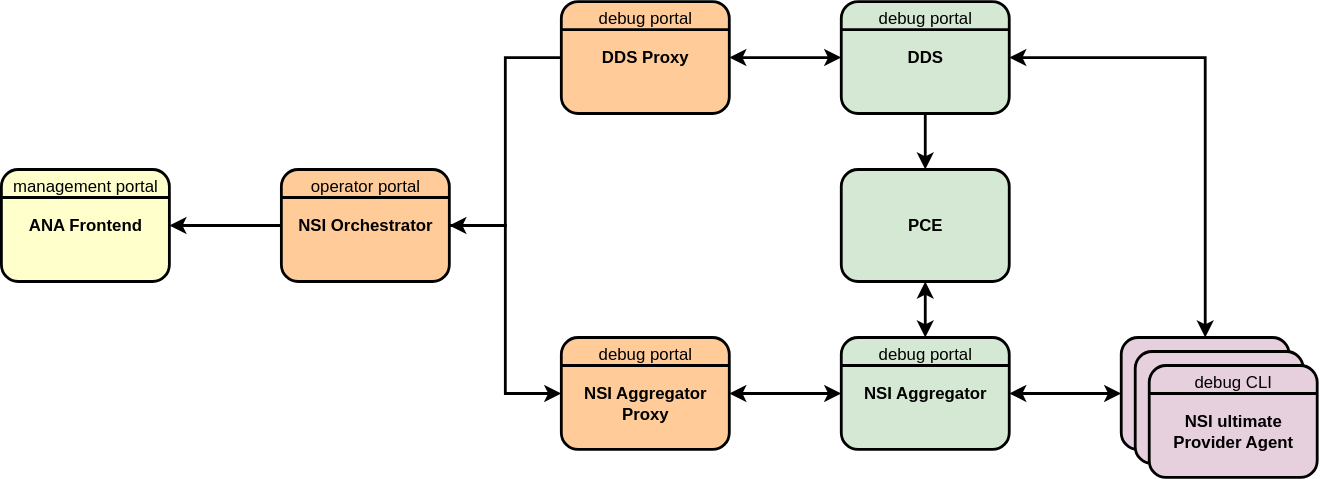
This is artwork/ana-automation-stack.drawio.svg from workfloworchestrator/nsi-dds-proxy, a draw.io export, as it was before one commit. Source tidied: cells renumbered, new cells last; positions are measured from the earlier drawing's top-left corner, leaving out a move shared by most shapes. Source of this version:
```xml
<mxGraphModel>
  <root>
    <mxCell id="0" />
    <mxCell id="1" parent="0" />
    <mxCell id="2" style="edgeStyle=orthogonalEdgeStyle;rounded=0;jettySize=auto;html=1;entryX=0;entryY=0.5;entryDx=0;entryDy=0;endArrow=none;endFill=0;strokeWidth=2;" parent="1" edge="1" source="5" target="7">
      <mxGeometry relative="1" as="geometry" />
    </mxCell>
    <mxCell id="3" style="edgeStyle=orthogonalEdgeStyle;rounded=0;jettySize=auto;html=1;entryX=0;entryY=0.5;entryDx=0;entryDy=0;startArrow=classic;startFill=1;strokeWidth=2;" parent="1" edge="1" source="5" target="9">
      <mxGeometry relative="1" as="geometry" />
    </mxCell>
    <mxCell id="4" style="edgeStyle=orthogonalEdgeStyle;rounded=0;jettySize=auto;html=1;exitX=0;exitY=0.5;exitDx=0;exitDy=0;entryX=1;entryY=0.5;entryDx=0;entryDy=0;strokeWidth=2;" parent="1" edge="1" source="5" target="26">
      <mxGeometry relative="1" as="geometry" />
    </mxCell>
    <mxCell id="5" value="&lt;div&gt;operator portal&lt;/div&gt;&lt;div&gt;&lt;br&gt;&lt;/div&gt;&lt;b&gt;NSI Orchestrator&lt;/b&gt;&lt;div&gt;&lt;br&gt;&lt;/div&gt;&lt;div&gt;&lt;br&gt;&lt;/div&gt;" style="rounded=1;whiteSpace=wrap;html=1;fillColor=#FFCC99;strokeColor=#000000;strokeWidth=2;" parent="1" vertex="1">
      <mxGeometry x="200" y="120" width="120" height="80" as="geometry" />
    </mxCell>
    <mxCell id="6" style="edgeStyle=orthogonalEdgeStyle;rounded=0;jettySize=auto;html=1;entryX=0;entryY=0.5;entryDx=0;entryDy=0;startArrow=classic;startFill=1;strokeWidth=2;" parent="1" edge="1" source="7" target="11">
      <mxGeometry relative="1" as="geometry" />
    </mxCell>
    <mxCell id="7" value="&lt;div&gt;debug portal&lt;/div&gt;&lt;div&gt;&lt;br&gt;&lt;/div&gt;&lt;b&gt;DDS Proxy&lt;/b&gt;&lt;div&gt;&lt;br&gt;&lt;/div&gt;&lt;div&gt;&lt;br&gt;&lt;/div&gt;" style="rounded=1;whiteSpace=wrap;html=1;fillColor=#FFCC99;strokeColor=default;gradientDirection=west;gradientColor=none;strokeWidth=2;" parent="1" vertex="1">
      <mxGeometry x="400" width="120" height="80" as="geometry" />
    </mxCell>
    <mxCell id="8" style="edgeStyle=orthogonalEdgeStyle;rounded=0;jettySize=auto;html=1;entryX=0;entryY=0.5;entryDx=0;entryDy=0;startArrow=classic;startFill=1;strokeWidth=2;" parent="1" edge="1" source="9" target="16">
      <mxGeometry relative="1" as="geometry" />
    </mxCell>
    <mxCell id="9" value="&lt;div&gt;debug portal&lt;/div&gt;&lt;div&gt;&lt;br&gt;&lt;/div&gt;&lt;b&gt;NSI Aggregator&lt;/b&gt;&lt;div&gt;&lt;span style=&quot;background-color: transparent; color: light-dark(rgb(0, 0, 0), rgb(255, 255, 255));&quot;&gt;&lt;b&gt;Proxy&lt;/b&gt;&lt;/span&gt;&lt;div&gt;&lt;br&gt;&lt;/div&gt;&lt;/div&gt;" style="rounded=1;whiteSpace=wrap;html=1;fillColor=#FFCC99;strokeColor=default;gradientColor=none;gradientDirection=west;strokeWidth=2;" parent="1" vertex="1">
      <mxGeometry x="400" y="240" width="120" height="80" as="geometry" />
    </mxCell>
    <mxCell id="10" style="edgeStyle=orthogonalEdgeStyle;rounded=0;jettySize=auto;html=1;entryX=0.5;entryY=0;entryDx=0;entryDy=0;startArrow=classic;startFill=1;strokeWidth=2;" parent="1" edge="1" source="11" target="17">
      <mxGeometry relative="1" as="geometry" />
    </mxCell>
    <mxCell id="11" value="debug portal&lt;div&gt;&lt;span style=&quot;background-color: transparent; color: light-dark(rgb(0, 0, 0), rgb(255, 255, 255));&quot;&gt;&lt;br&gt;&lt;/span&gt;&lt;/div&gt;&lt;div&gt;&lt;span style=&quot;background-color: transparent; color: light-dark(rgb(0, 0, 0), rgb(255, 255, 255));&quot;&gt;&lt;b&gt;DDS&lt;/b&gt;&lt;/span&gt;&lt;/div&gt;&lt;div&gt;&lt;span style=&quot;background-color: transparent; color: light-dark(rgb(0, 0, 0), rgb(255, 255, 255));&quot;&gt;&lt;br&gt;&lt;/span&gt;&lt;/div&gt;&lt;div&gt;&lt;br&gt;&lt;/div&gt;" style="rounded=1;whiteSpace=wrap;html=1;fillColor=#d5e8d4;strokeColor=#000000;strokeWidth=2;" parent="1" vertex="1">
      <mxGeometry x="600" width="120" height="80" as="geometry" />
    </mxCell>
    <mxCell id="12" style="edgeStyle=orthogonalEdgeStyle;rounded=0;jettySize=auto;html=1;entryX=0.5;entryY=1;entryDx=0;entryDy=0;startArrow=classic;startFill=1;endArrow=none;endFill=0;strokeWidth=2;" parent="1" edge="1" source="13" target="11">
      <mxGeometry relative="1" as="geometry" />
    </mxCell>
    <mxCell id="13" value="&lt;div&gt;&lt;br&gt;&lt;/div&gt;&lt;div&gt;&lt;br&gt;&lt;/div&gt;&lt;b&gt;PCE&lt;/b&gt;&lt;div&gt;&lt;br&gt;&lt;/div&gt;&lt;div&gt;&lt;br&gt;&lt;/div&gt;" style="rounded=1;whiteSpace=wrap;html=1;fillColor=#d5e8d4;strokeColor=#000000;strokeWidth=2;" parent="1" vertex="1">
      <mxGeometry x="600" y="120" width="120" height="80" as="geometry" />
    </mxCell>
    <mxCell id="14" style="edgeStyle=orthogonalEdgeStyle;rounded=0;jettySize=auto;html=1;entryX=0.5;entryY=1;entryDx=0;entryDy=0;startArrow=classic;startFill=1;strokeWidth=2;" parent="1" edge="1" source="16" target="13">
      <mxGeometry relative="1" as="geometry" />
    </mxCell>
    <mxCell id="15" style="edgeStyle=orthogonalEdgeStyle;rounded=0;jettySize=auto;html=1;entryX=0;entryY=0.5;entryDx=0;entryDy=0;startArrow=classic;startFill=1;strokeWidth=2;" parent="1" edge="1" source="16" target="17">
      <mxGeometry relative="1" as="geometry" />
    </mxCell>
    <mxCell id="16" value="&lt;div&gt;debug portal&lt;/div&gt;&lt;div&gt;&lt;br&gt;&lt;/div&gt;&lt;b&gt;NSI Aggregator&lt;/b&gt;&lt;div&gt;&lt;br&gt;&lt;/div&gt;&lt;div&gt;&lt;br&gt;&lt;/div&gt;" style="rounded=1;whiteSpace=wrap;html=1;fillColor=#d5e8d4;strokeColor=#000000;strokeWidth=2;" parent="1" vertex="1">
      <mxGeometry x="600" y="240" width="120" height="80" as="geometry" />
    </mxCell>
    <mxCell id="17" style="rounded=1;whiteSpace=wrap;html=1;fillColor=#E6D0DE;strokeColor=#000000;strokeWidth=2;" parent="1" vertex="1">
      <mxGeometry x="800" y="240" width="120" height="80" as="geometry" />
    </mxCell>
    <mxCell id="18" style="rounded=1;whiteSpace=wrap;html=1;fillColor=#E6D0DE;strokeColor=#000000;strokeWidth=2;" parent="1" vertex="1">
      <mxGeometry x="810" y="250" width="120" height="80" as="geometry" />
    </mxCell>
    <mxCell id="19" value="&lt;div&gt;&lt;span style=&quot;background-color: transparent; color: light-dark(rgb(0, 0, 0), rgb(255, 255, 255));&quot;&gt;debug CLI&lt;/span&gt;&lt;/div&gt;&lt;div&gt;&lt;span style=&quot;background-color: transparent; color: light-dark(rgb(0, 0, 0), rgb(255, 255, 255));&quot;&gt;&lt;br&gt;&lt;/span&gt;&lt;/div&gt;&lt;div&gt;&lt;b&gt;&lt;span style=&quot;background-color: transparent; color: light-dark(rgb(0, 0, 0), rgb(255, 255, 255));&quot;&gt;NSI&amp;nbsp;&lt;/span&gt;&lt;span style=&quot;background-color: transparent; color: light-dark(rgb(0, 0, 0), rgb(255, 255, 255));&quot;&gt;ultimate&lt;/span&gt;&lt;/b&gt;&lt;/div&gt;&lt;div&gt;&lt;span style=&quot;background-color: transparent; color: light-dark(rgb(0, 0, 0), rgb(255, 255, 255));&quot;&gt;&lt;b&gt;Provider Agent&lt;/b&gt;&lt;/span&gt;&lt;div&gt;&lt;span style=&quot;color: rgba(0, 0, 0, 0); font-family: monospace; font-size: 0px; text-align: start; text-wrap-mode: nowrap;&quot;&gt;%3CmxGraphModel%3E%3Croot%3E%3CmxCell%20id%3D%220%22%2F%3E%3CmxCell%20id%3D%221%22%20parent%3D%220%22%2F%3E%3CmxCell%20id%3D%222%22%20edge%3D%221%22%20parent%3D%221%22%20style%3D%22endArrow%3Dnone%3Bhtml%3D1%3Brounded%3D0%3BentryX%3D1%3BentryY%3D0.75%3BentryDx%3D0%3BentryDy%3D0%3BexitX%3D0%3BexitY%3D0.75%3BexitDx%3D0%3BexitDy%3D0%3B%22%20value%3D%22%22%3E%3CmxGeometry%20height%3D%2250%22%20relative%3D%221%22%20width%3D%2250%22%20as%3D%22geometry%22%3E%3CmxPoint%20x%3D%22440%22%20y%3D%22640%22%20as%3D%22sourcePoint%22%2F%3E%3CmxPoint%20x%3D%22560%22%20y%3D%22640%22%20as%3D%22targetPoint%22%2F%3E%3C%2FmxGeometry%3E%3C%2FmxCell%3E%3C%2Froot%3E%3C%2FmxGraphModel%3&lt;/span&gt;&lt;/div&gt;&lt;/div&gt;" style="rounded=1;whiteSpace=wrap;html=1;fillColor=#E6D0DE;strokeColor=#000000;strokeWidth=2;" parent="1" vertex="1">
      <mxGeometry x="820" y="260" width="120" height="80" as="geometry" />
    </mxCell>
    <mxCell id="20" style="endArrow=none;html=1;rounded=0;entryX=1;entryY=0.25;entryDx=0;entryDy=0;exitX=0;exitY=0.25;exitDx=0;exitDy=0;strokeWidth=2;" parent="1" edge="1" source="11" target="11">
      <mxGeometry relative="1" as="geometry" />
    </mxCell>
    <mxCell id="21" style="endArrow=none;html=1;rounded=0;entryX=1;entryY=0.25;entryDx=0;entryDy=0;exitX=0;exitY=0.25;exitDx=0;exitDy=0;strokeWidth=2;" parent="1" edge="1" source="16" target="16">
      <mxGeometry relative="1" as="geometry" />
    </mxCell>
    <mxCell id="22" style="endArrow=none;html=1;rounded=0;entryX=1;entryY=0.25;entryDx=0;entryDy=0;exitX=0;exitY=0.25;exitDx=0;exitDy=0;strokeWidth=2;" parent="1" edge="1" source="9" target="9">
      <mxGeometry relative="1" as="geometry" />
    </mxCell>
    <mxCell id="23" style="endArrow=none;html=1;rounded=0;entryX=1;entryY=0.25;entryDx=0;entryDy=0;exitX=0;exitY=0.25;exitDx=0;exitDy=0;strokeWidth=2;" parent="1" edge="1" source="5" target="5">
      <mxGeometry relative="1" as="geometry" />
    </mxCell>
    <mxCell id="24" style="endArrow=none;html=1;rounded=0;entryX=1;entryY=0.25;entryDx=0;entryDy=0;exitX=0;exitY=0.25;exitDx=0;exitDy=0;strokeWidth=2;" parent="1" edge="1" source="19" target="19">
      <mxGeometry relative="1" as="geometry" />
    </mxCell>
    <mxCell id="25" style="endArrow=none;html=1;rounded=0;entryX=1;entryY=0.25;entryDx=0;entryDy=0;exitX=0;exitY=0.25;exitDx=0;exitDy=0;strokeWidth=2;" parent="1" edge="1" source="7" target="7">
      <mxGeometry relative="1" as="geometry" />
    </mxCell>
    <mxCell id="26" value="&lt;div&gt;management portal&lt;/div&gt;&lt;div&gt;&lt;br&gt;&lt;/div&gt;&lt;b&gt;ANA Frontend&lt;br&gt;&lt;/b&gt;&lt;div&gt;&lt;br&gt;&lt;/div&gt;&lt;div&gt;&lt;br&gt;&lt;/div&gt;" style="rounded=1;whiteSpace=wrap;html=1;fillColor=#FFFFCC;strokeColor=#000000;strokeWidth=2;" parent="1" vertex="1">
      <mxGeometry y="120" width="120" height="80" as="geometry" />
    </mxCell>
    <mxCell id="27" style="endArrow=none;html=1;rounded=0;entryX=1;entryY=0.25;entryDx=0;entryDy=0;exitX=0;exitY=0.25;exitDx=0;exitDy=0;strokeWidth=2;" parent="1" edge="1" source="26" target="26">
      <mxGeometry relative="1" as="geometry" />
    </mxCell>
  </root>
</mxGraphModel>
```
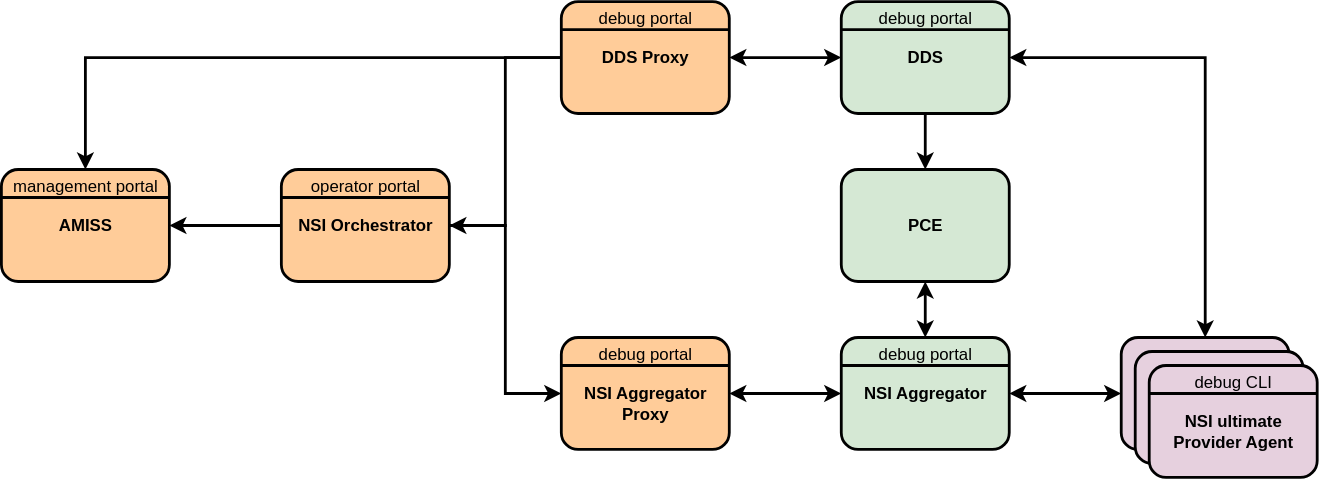
The same diagram one commit later.

Commit message:
Update architecture diagram now that AMISS is implemented

- Rename the ANA Frontend box to AMISS and recolour it from yellow to orange
- Add a DDS Proxy to AMISS edge for topology reconciliation
- Drop the yellow "future software" row from the colour legend
- Replace the ANA Frontend component description with AMISS, linking nsi-mgmt-info

The edit, as a diff of the source:
```diff
@@ -74,11 +74,14 @@
     <mxCell id="25" style="endArrow=none;html=1;rounded=0;entryX=1;entryY=0.25;entryDx=0;entryDy=0;exitX=0;exitY=0.25;exitDx=0;exitDy=0;strokeWidth=2;" parent="1" edge="1" source="7" target="7">
       <mxGeometry relative="1" as="geometry" />
     </mxCell>
-    <mxCell id="26" value="&lt;div&gt;management portal&lt;/div&gt;&lt;div&gt;&lt;br&gt;&lt;/div&gt;&lt;b&gt;ANA Frontend&lt;br&gt;&lt;/b&gt;&lt;div&gt;&lt;br&gt;&lt;/div&gt;&lt;div&gt;&lt;br&gt;&lt;/div&gt;" style="rounded=1;whiteSpace=wrap;html=1;fillColor=#FFFFCC;strokeColor=#000000;strokeWidth=2;" parent="1" vertex="1">
+    <mxCell id="26" value="&lt;div&gt;management portal&lt;/div&gt;&lt;div&gt;&lt;br&gt;&lt;/div&gt;&lt;b&gt;AMISS&lt;br&gt;&lt;/b&gt;&lt;div&gt;&lt;br&gt;&lt;/div&gt;&lt;div&gt;&lt;br&gt;&lt;/div&gt;" style="rounded=1;whiteSpace=wrap;html=1;fillColor=#FFCC99;strokeColor=#000000;strokeWidth=2;" parent="1" vertex="1">
       <mxGeometry y="120" width="120" height="80" as="geometry" />
     </mxCell>
     <mxCell id="27" style="endArrow=none;html=1;rounded=0;entryX=1;entryY=0.25;entryDx=0;entryDy=0;exitX=0;exitY=0.25;exitDx=0;exitDy=0;strokeWidth=2;" parent="1" edge="1" source="26" target="26">
       <mxGeometry relative="1" as="geometry" />
     </mxCell>
+    <mxCell id="28" style="edgeStyle=orthogonalEdgeStyle;rounded=0;jettySize=auto;html=1;exitX=0;exitY=0.5;exitDx=0;exitDy=0;entryX=0.5;entryY=0;entryDx=0;entryDy=0;strokeWidth=2;" parent="1" edge="1" source="7" target="26">
+      <mxGeometry relative="1" as="geometry" />
+    </mxCell>
   </root>
 </mxGraphModel>
```
